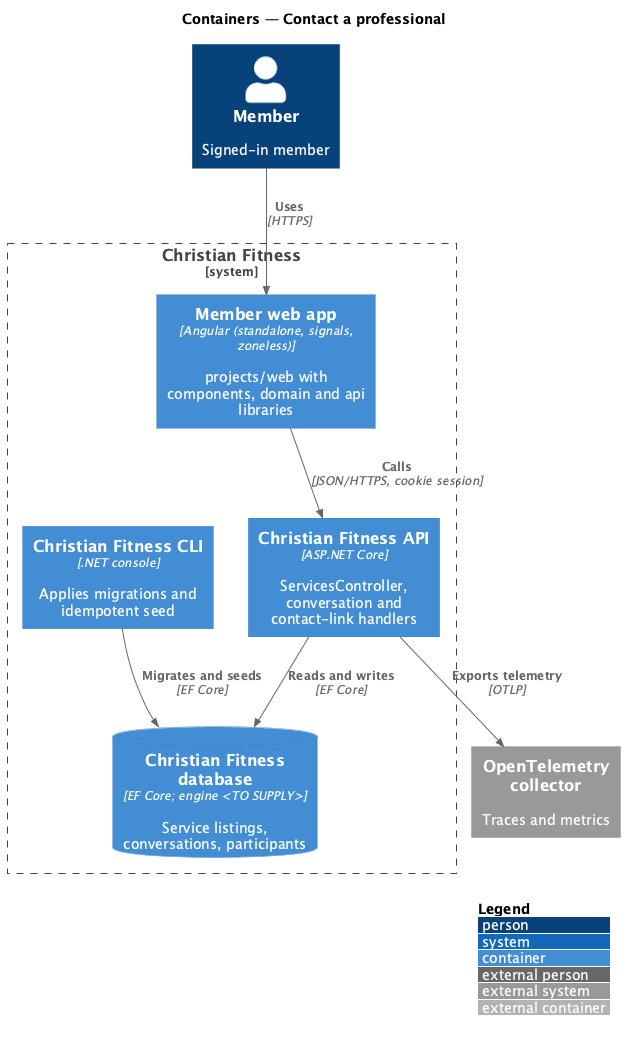
QuinntyneBrown/christian-fitness keeps this PlantUML diagram as docs/detailed-designs/services/contact-professional/diagrams/c4-container.png. Above is the earlier version.
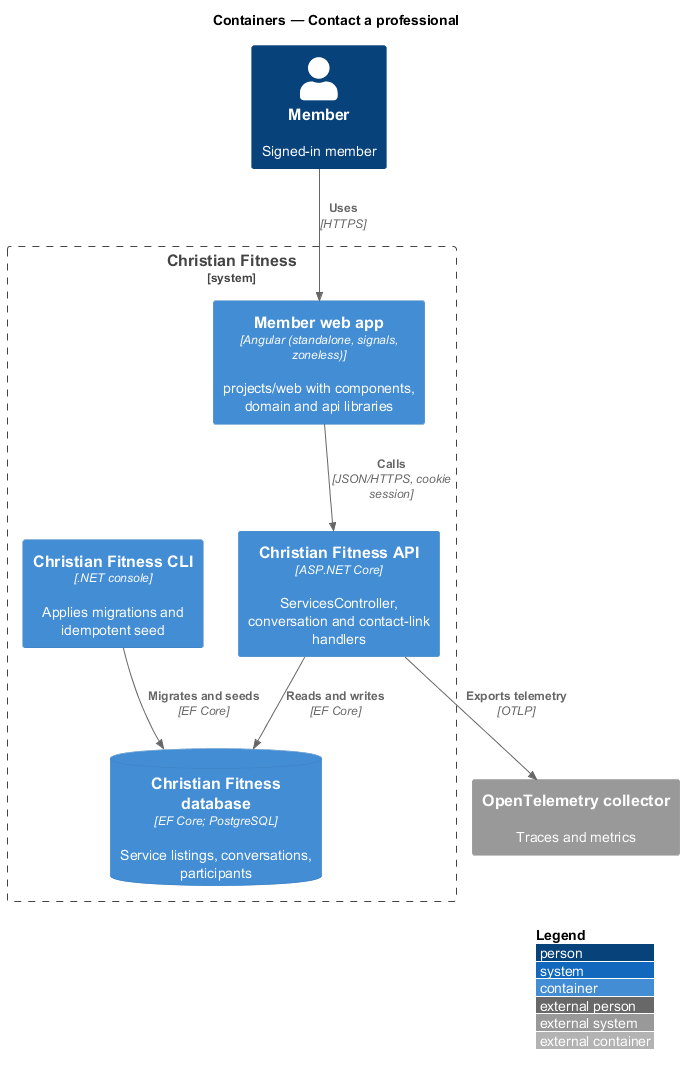
The same diagram one commit later.

The edit, as a diff of the source:
```diff
@@ -7,7 +7,7 @@
 System_Boundary(cf, "Christian Fitness") {
   Container(web, "Member web app", "Angular (standalone, signals, zoneless)", "projects/web with components, domain and api libraries")
   Container(api, "Christian Fitness API", "ASP.NET Core", "ServicesController, conversation and contact-link handlers")
-  ContainerDb(db, "Christian Fitness database", "EF Core; engine <TO SUPPLY>", "Service listings, conversations, participants")
+  ContainerDb(db, "Christian Fitness database", "EF Core; PostgreSQL", "Service listings, conversations, participants")
   Container(cli, "Christian Fitness CLI", ".NET console", "Applies migrations and idempotent seed")
 }
 System_Ext(otel, "OpenTelemetry collector", "Traces and metrics")
```
